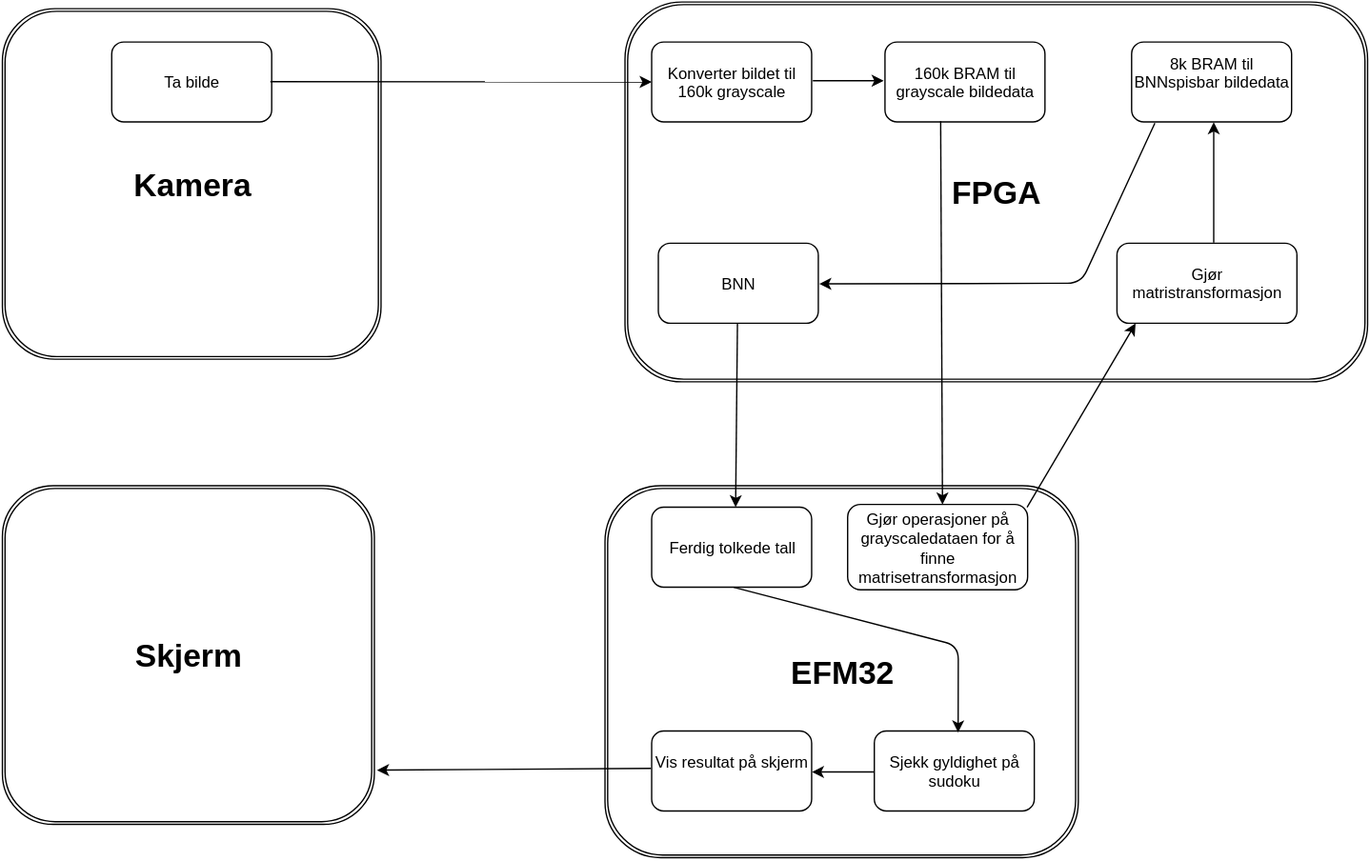
This is documents/documentation/image_lifetime.svg from ludvigsj/dmpro16, a draw.io export, as it was before one commit. Source tidied: cells renumbered, new cells last; positions are measured from the earlier drawing's top-left corner, leaving out a move shared by most shapes. Its diagram source:
```xml
<mxGraphModel>
  <root>
    <mxCell id="0" style="html=1;" />
    <mxCell id="1" style="html=1;" parent="0" />
    <mxCell id="2" value="&lt;b&gt;&lt;font style=&quot;font-size: 24px&quot;&gt;Kamera&lt;/font&gt;&lt;/b&gt;" style="shape=ext;double=1;rounded=1;whiteSpace=wrap;html=1;" parent="1" vertex="1">
      <mxGeometry y="5" width="284" height="263" as="geometry" />
    </mxCell>
    <mxCell id="3" value="Ta bilde" style="rounded=1;whiteSpace=wrap;html=1;" parent="1" vertex="1">
      <mxGeometry x="82" y="30" width="120" height="60" as="geometry" />
    </mxCell>
    <mxCell id="4" value="&lt;b&gt;&lt;font style=&quot;font-size: 24px&quot;&gt;FPGA&lt;/font&gt;&lt;/b&gt;" style="shape=ext;double=1;rounded=1;whiteSpace=wrap;html=1;" parent="1" vertex="1">
      <mxGeometry x="467" width="557" height="285" as="geometry" />
    </mxCell>
    <mxCell id="5" value="Konverter bildet til 160k grayscale" style="rounded=1;whiteSpace=wrap;html=1;" parent="1" vertex="1">
      <mxGeometry x="487" y="30" width="120" height="60" as="geometry" />
    </mxCell>
    <mxCell id="6" value="160k BRAM til grayscale bildedata" style="rounded=1;whiteSpace=wrap;html=1;" parent="1" vertex="1">
      <mxGeometry x="662" y="30" width="120" height="60" as="geometry" />
    </mxCell>
    <mxCell id="7" value="&lt;b&gt;&lt;font style=&quot;font-size: 24px&quot;&gt;EFM32&lt;/font&gt;&lt;/b&gt;" style="shape=ext;double=1;rounded=1;whiteSpace=wrap;html=1;" parent="1" vertex="1">
      <mxGeometry x="452" y="363" width="355" height="279" as="geometry" />
    </mxCell>
    <mxCell id="8" value="Gjør operasjoner på grayscaledataen for å finne matrisetransformasjon" style="rounded=1;whiteSpace=wrap;html=1;" parent="1" vertex="1">
      <mxGeometry x="634" y="377" width="135" height="64" as="geometry" />
    </mxCell>
    <mxCell id="9" value="Gjør matristransformasjon" style="rounded=1;whiteSpace=wrap;html=1;" parent="1" vertex="1">
      <mxGeometry x="836" y="181" width="135" height="60" as="geometry" />
    </mxCell>
    <mxCell id="10" value="8k BRAM til BNNspisbar bildedata" style="rounded=1;whiteSpace=wrap;html=1;" parent="1" vertex="1">
      <mxGeometry x="847" y="30" width="120" height="60" as="geometry" />
    </mxCell>
    <mxCell id="11" value="BNN" style="rounded=1;whiteSpace=wrap;html=1;" parent="1" vertex="1">
      <mxGeometry x="492" y="181" width="120" height="60" as="geometry" />
    </mxCell>
    <mxCell id="12" value="Ferdig tolkede tall" style="rounded=1;whiteSpace=wrap;html=1;" parent="1" vertex="1">
      <mxGeometry x="487" y="379" width="120" height="60" as="geometry" />
    </mxCell>
    <mxCell id="13" value="Sjekk gyldighet på sudoku" style="rounded=1;whiteSpace=wrap;html=1;" parent="1" vertex="1">
      <mxGeometry x="654" y="547" width="120" height="60" as="geometry" />
    </mxCell>
    <mxCell id="14" value="Vis resultat på skjerm" style="rounded=1;whiteSpace=wrap;html=1;" parent="1" vertex="1">
      <mxGeometry x="487" y="547" width="120" height="60" as="geometry" />
    </mxCell>
    <mxCell id="15" value="&lt;b&gt;&lt;font style=&quot;font-size: 24px&quot;&gt;Skjerm&lt;/font&gt;&lt;/b&gt;" style="shape=ext;double=1;rounded=1;whiteSpace=wrap;html=1;" parent="1" vertex="1">
      <mxGeometry y="363" width="279" height="254" as="geometry" />
    </mxCell>
    <mxCell id="16" style="endArrow=classic;html=1;exitX=0.99;exitY=0.495;exitPerimeter=0;" parent="1" edge="1" source="3" target="5">
      <mxGeometry relative="1" as="geometry" />
    </mxCell>
    <mxCell id="17" style="endArrow=classic;html=1;entryX=-0.006;entryY=0.481;entryPerimeter=0;exitX=1.01;exitY=0.481;exitPerimeter=0;" parent="1" edge="1" source="5" target="6">
      <mxGeometry relative="1" as="geometry" />
    </mxCell>
    <mxCell id="18" style="endArrow=classic;html=1;exitX=0.995;exitY=0.038;exitPerimeter=0;entryX=0.103;entryY=1.002;entryPerimeter=0;" parent="1" edge="1" source="8" target="9">
      <mxGeometry relative="1" as="geometry" />
    </mxCell>
    <mxCell id="19" style="endArrow=classic;html=1;entryX=0.528;entryY=0.002;entryPerimeter=0;exitX=0.346;exitY=0.995;exitPerimeter=0;" parent="1" edge="1" source="6" target="8">
      <mxGeometry relative="1" as="geometry" />
    </mxCell>
    <mxCell id="20" style="endArrow=classic;html=1;entryX=1.006;entryY=0.507;entryPerimeter=0;exitX=0.148;exitY=1.014;exitPerimeter=0;" parent="1" edge="1" source="10" target="11">
      <mxGeometry relative="1" as="geometry">
        <Array as="points">
          <mxPoint x="809" y="211" />
        </Array>
      </mxGeometry>
    </mxCell>
    <mxCell id="21" style="endArrow=classic;html=1;entryX=0.524;entryY=-0.002;entryPerimeter=0;exitX=0.496;exitY=1.002;exitPerimeter=0;" parent="1" edge="1" source="11" target="12">
      <mxGeometry relative="1" as="geometry" />
    </mxCell>
    <mxCell id="22" style="endArrow=classic;html=1;entryX=0.525;entryY=0.017;entryPerimeter=0;exitX=0.514;exitY=0.998;exitPerimeter=0;" parent="1" edge="1" source="12" target="13">
      <mxGeometry relative="1" as="geometry">
        <Array as="points">
          <mxPoint x="717" y="483" />
        </Array>
      </mxGeometry>
    </mxCell>
    <mxCell id="23" style="endArrow=classic;html=1;exitX=-0.005;exitY=0.464;exitPerimeter=0;entryX=1.006;entryY=0.841;entryPerimeter=0;" parent="1" edge="1" source="14" target="15">
      <mxGeometry relative="1" as="geometry" />
    </mxCell>
    <mxCell id="24" style="endArrow=classic;html=1;entryX=0.514;entryY=1.005;entryPerimeter=0;exitX=0.539;exitY=-0.007;exitPerimeter=0;" parent="1" edge="1" source="9" target="10">
      <mxGeometry relative="1" as="geometry" />
    </mxCell>
    <mxCell id="25" style="endArrow=classic;html=1;entryX=1.002;entryY=0.514;entryPerimeter=0;exitX=0.001;exitY=0.514;exitPerimeter=0;" parent="1" edge="1" source="13" target="14">
      <mxGeometry relative="1" as="geometry" />
    </mxCell>
  </root>
</mxGraphModel>
```
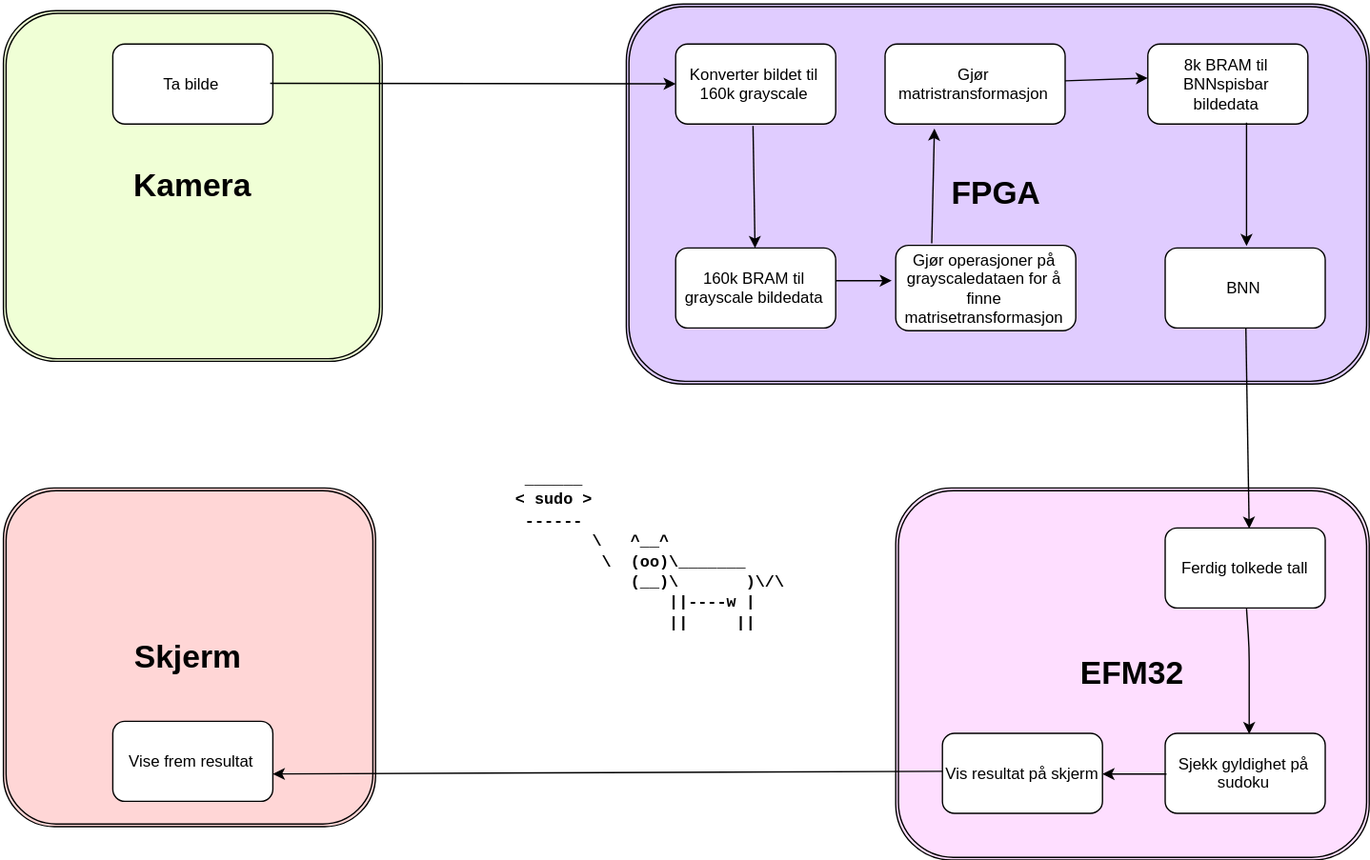
Above is the later version.

Diff of the diagram source:
```diff
@@ -2,85 +2,89 @@
   <root>
     <mxCell id="0" style="html=1;" />
     <mxCell id="1" style="html=1;" parent="0" />
-    <mxCell id="2" value="&lt;b&gt;&lt;font style=&quot;font-size: 24px&quot;&gt;Kamera&lt;/font&gt;&lt;/b&gt;" style="shape=ext;double=1;rounded=1;whiteSpace=wrap;html=1;" parent="1" vertex="1">
+    <mxCell id="2" value="&lt;b&gt;&lt;font style=&quot;font-size: 24px&quot;&gt;Kamera&lt;/font&gt;&lt;/b&gt;" style="shape=ext;double=1;rounded=1;whiteSpace=wrap;html=1;fillColor=#F0FFD6;" parent="1" vertex="1">
       <mxGeometry y="5" width="284" height="263" as="geometry" />
     </mxCell>
     <mxCell id="3" value="Ta bilde" style="rounded=1;whiteSpace=wrap;html=1;" parent="1" vertex="1">
       <mxGeometry x="82" y="30" width="120" height="60" as="geometry" />
     </mxCell>
-    <mxCell id="4" value="&lt;b&gt;&lt;font style=&quot;font-size: 24px&quot;&gt;FPGA&lt;/font&gt;&lt;/b&gt;" style="shape=ext;double=1;rounded=1;whiteSpace=wrap;html=1;" parent="1" vertex="1">
+    <mxCell id="4" value="&lt;b&gt;&lt;font style=&quot;font-size: 24px&quot;&gt;FPGA&lt;/font&gt;&lt;/b&gt;" style="shape=ext;double=1;rounded=1;whiteSpace=wrap;html=1;fillColor=#E0CCFF;" parent="1" vertex="1">
       <mxGeometry x="467" width="557" height="285" as="geometry" />
     </mxCell>
     <mxCell id="5" value="Konverter bildet til 160k grayscale" style="rounded=1;whiteSpace=wrap;html=1;" parent="1" vertex="1">
-      <mxGeometry x="487" y="30" width="120" height="60" as="geometry" />
+      <mxGeometry x="504" y="30" width="120" height="60" as="geometry" />
     </mxCell>
     <mxCell id="6" value="160k BRAM til grayscale bildedata" style="rounded=1;whiteSpace=wrap;html=1;" parent="1" vertex="1">
-      <mxGeometry x="662" y="30" width="120" height="60" as="geometry" />
+      <mxGeometry x="504" y="183" width="120" height="60" as="geometry" />
     </mxCell>
-    <mxCell id="7" value="&lt;b&gt;&lt;font style=&quot;font-size: 24px&quot;&gt;EFM32&lt;/font&gt;&lt;/b&gt;" style="shape=ext;double=1;rounded=1;whiteSpace=wrap;html=1;" parent="1" vertex="1">
-      <mxGeometry x="452" y="363" width="355" height="279" as="geometry" />
+    <mxCell id="7" value="&lt;b&gt;&lt;font style=&quot;font-size: 24px&quot;&gt;EFM32&lt;/font&gt;&lt;/b&gt;" style="shape=ext;double=1;rounded=1;whiteSpace=wrap;html=1;fillColor=#FEDEFF;" parent="1" vertex="1">
+      <mxGeometry x="669" y="363" width="355" height="279" as="geometry" />
     </mxCell>
     <mxCell id="8" value="Gjør operasjoner på grayscaledataen for å finne matrisetransformasjon" style="rounded=1;whiteSpace=wrap;html=1;" parent="1" vertex="1">
-      <mxGeometry x="634" y="377" width="135" height="64" as="geometry" />
+      <mxGeometry x="669" y="181" width="135" height="64" as="geometry" />
     </mxCell>
     <mxCell id="9" value="Gjør matristransformasjon" style="rounded=1;whiteSpace=wrap;html=1;" parent="1" vertex="1">
-      <mxGeometry x="836" y="181" width="135" height="60" as="geometry" />
+      <mxGeometry x="661" y="30" width="135" height="60" as="geometry" />
     </mxCell>
     <mxCell id="10" value="8k BRAM til BNNspisbar bildedata" style="rounded=1;whiteSpace=wrap;html=1;" parent="1" vertex="1">
-      <mxGeometry x="847" y="30" width="120" height="60" as="geometry" />
+      <mxGeometry x="858" y="30" width="120" height="60" as="geometry" />
     </mxCell>
     <mxCell id="11" value="BNN" style="rounded=1;whiteSpace=wrap;html=1;" parent="1" vertex="1">
-      <mxGeometry x="492" y="181" width="120" height="60" as="geometry" />
+      <mxGeometry x="871" y="183" width="120" height="60" as="geometry" />
     </mxCell>
     <mxCell id="12" value="Ferdig tolkede tall" style="rounded=1;whiteSpace=wrap;html=1;" parent="1" vertex="1">
-      <mxGeometry x="487" y="379" width="120" height="60" as="geometry" />
+      <mxGeometry x="871" y="393" width="120" height="60" as="geometry" />
     </mxCell>
     <mxCell id="13" value="Sjekk gyldighet på sudoku" style="rounded=1;whiteSpace=wrap;html=1;" parent="1" vertex="1">
-      <mxGeometry x="654" y="547" width="120" height="60" as="geometry" />
+      <mxGeometry x="871" y="547" width="120" height="60" as="geometry" />
     </mxCell>
     <mxCell id="14" value="Vis resultat på skjerm" style="rounded=1;whiteSpace=wrap;html=1;" parent="1" vertex="1">
-      <mxGeometry x="487" y="547" width="120" height="60" as="geometry" />
+      <mxGeometry x="704" y="547" width="120" height="60" as="geometry" />
     </mxCell>
-    <mxCell id="15" value="&lt;b&gt;&lt;font style=&quot;font-size: 24px&quot;&gt;Skjerm&lt;/font&gt;&lt;/b&gt;" style="shape=ext;double=1;rounded=1;whiteSpace=wrap;html=1;" parent="1" vertex="1">
+    <mxCell id="15" value="&lt;b&gt;&lt;font style=&quot;font-size: 24px&quot;&gt;Skjerm&lt;/font&gt;&lt;/b&gt;" style="shape=ext;double=1;rounded=1;whiteSpace=wrap;html=1;fillColor=#FFD6D6;" parent="1" vertex="1">
       <mxGeometry y="363" width="279" height="254" as="geometry" />
     </mxCell>
     <mxCell id="16" style="endArrow=classic;html=1;exitX=0.99;exitY=0.495;exitPerimeter=0;" parent="1" edge="1" source="3" target="5">
       <mxGeometry relative="1" as="geometry" />
     </mxCell>
-    <mxCell id="17" style="endArrow=classic;html=1;entryX=-0.006;entryY=0.481;entryPerimeter=0;exitX=1.01;exitY=0.481;exitPerimeter=0;" parent="1" edge="1" source="5" target="6">
+    <mxCell id="17" style="endArrow=classic;html=1;exitX=0.483;exitY=1.033;exitPerimeter=0;" parent="1" edge="1" source="5" target="6">
       <mxGeometry relative="1" as="geometry" />
     </mxCell>
-    <mxCell id="18" style="endArrow=classic;html=1;exitX=0.995;exitY=0.038;exitPerimeter=0;entryX=0.103;entryY=1.002;entryPerimeter=0;" parent="1" edge="1" source="8" target="9">
+    <mxCell id="18" style="endArrow=classic;html=1;exitX=0.207;exitY=-0.016;exitPerimeter=0;entryX=0.267;entryY=1.067;entryPerimeter=0;" parent="1" edge="1" source="8" target="9">
       <mxGeometry relative="1" as="geometry" />
     </mxCell>
-    <mxCell id="19" style="endArrow=classic;html=1;entryX=0.528;entryY=0.002;entryPerimeter=0;exitX=0.346;exitY=0.995;exitPerimeter=0;" parent="1" edge="1" source="6" target="8">
+    <mxCell id="19" style="endArrow=classic;html=1;entryX=-0.015;entryY=0.422;entryPerimeter=0;exitX=1;exitY=0.417;exitPerimeter=0;" parent="1" edge="1" source="6" target="8">
       <mxGeometry relative="1" as="geometry" />
     </mxCell>
-    <mxCell id="20" style="endArrow=classic;html=1;entryX=1.006;entryY=0.507;entryPerimeter=0;exitX=0.148;exitY=1.014;exitPerimeter=0;" parent="1" edge="1" source="10" target="11">
-      <mxGeometry relative="1" as="geometry">
-        <Array as="points">
-          <mxPoint x="809" y="211" />
-        </Array>
-      </mxGeometry>
-    </mxCell>
-    <mxCell id="21" style="endArrow=classic;html=1;entryX=0.524;entryY=-0.002;entryPerimeter=0;exitX=0.496;exitY=1.002;exitPerimeter=0;" parent="1" edge="1" source="11" target="12">
+    <mxCell id="21" style="endArrow=classic;html=1;entryX=0.524;entryY=-0.002;entryPerimeter=0;" parent="1" edge="1" source="11" target="12">
       <mxGeometry relative="1" as="geometry" />
     </mxCell>
     <mxCell id="22" style="endArrow=classic;html=1;entryX=0.525;entryY=0.017;entryPerimeter=0;exitX=0.514;exitY=0.998;exitPerimeter=0;" parent="1" edge="1" source="12" target="13">
       <mxGeometry relative="1" as="geometry">
         <Array as="points">
-          <mxPoint x="717" y="483" />
+          <mxPoint x="934" y="483" />
         </Array>
       </mxGeometry>
     </mxCell>
-    <mxCell id="23" style="endArrow=classic;html=1;exitX=-0.005;exitY=0.464;exitPerimeter=0;entryX=1.006;entryY=0.841;entryPerimeter=0;" parent="1" edge="1" source="14" target="15">
+    <mxCell id="23" style="endArrow=classic;html=1;exitX=-0.005;exitY=0.464;exitPerimeter=0;entryX=0.992;entryY=0.667;entryPerimeter=0;" parent="1" edge="1" source="14" target="27">
       <mxGeometry relative="1" as="geometry" />
     </mxCell>
-    <mxCell id="24" style="endArrow=classic;html=1;entryX=0.514;entryY=1.005;entryPerimeter=0;exitX=0.539;exitY=-0.007;exitPerimeter=0;" parent="1" edge="1" source="9" target="10">
+    <mxCell id="24" style="endArrow=classic;html=1;entryX=0;entryY=0.433;entryPerimeter=0;" parent="1" edge="1" source="9" target="10">
       <mxGeometry relative="1" as="geometry" />
     </mxCell>
     <mxCell id="25" style="endArrow=classic;html=1;entryX=1.002;entryY=0.514;entryPerimeter=0;exitX=0.001;exitY=0.514;exitPerimeter=0;" parent="1" edge="1" source="13" target="14">
       <mxGeometry relative="1" as="geometry" />
     </mxCell>
+    <mxCell id="26" style="endArrow=classic;html=1;entryX=0.508;entryY=-0.033;entryPerimeter=0;" parent="1" edge="1" target="11">
+      <mxGeometry x="713" y="95" as="geometry">
+        <mxPoint x="932" y="89" as="sourcePoint" />
+      </mxGeometry>
+    </mxCell>
+    <mxCell id="27" value="Vise frem resultat" style="rounded=1;whiteSpace=wrap;html=1;" parent="1" vertex="1">
+      <mxGeometry x="82" y="538" width="120" height="60" as="geometry" />
+    </mxCell>
+    <mxCell id="28" value="&lt;pre&gt;&lt;div style=&quot;text-align: left&quot;&gt;&lt;b style=&quot;font-family: &amp;#34;helvetica&amp;#34; ; line-height: 1.2 ; white-space: normal&quot;&gt;&lt;font face=&quot;Courier New&quot;&gt;&amp;nbsp;______&lt;/font&gt;&lt;/b&gt;&lt;/div&gt;&lt;b&gt;&lt;div style=&quot;text-align: left&quot;&gt;&lt;b style=&quot;font-family: &amp;#34;helvetica&amp;#34; ; line-height: 1.2 ; white-space: normal&quot;&gt;&lt;font face=&quot;Courier New&quot;&gt;&amp;lt; sudo &amp;gt;&lt;/font&gt;&lt;/b&gt;&lt;/div&gt;&lt;font face=&quot;Courier New&quot;&gt;&lt;div style=&quot;text-align: left&quot;&gt;&lt;b style=&quot;font-family: &amp;#34;helvetica&amp;#34; ; line-height: 1.2 ; white-space: normal&quot;&gt;&lt;font face=&quot;Courier New&quot;&gt;&amp;nbsp;------&lt;/font&gt;&lt;/b&gt;&lt;/div&gt;&lt;/font&gt;&lt;font face=&quot;Courier New&quot;&gt;&lt;div style=&quot;text-align: left&quot;&gt;&lt;b style=&quot;font-family: &amp;#34;helvetica&amp;#34; ; line-height: 1.2 ; white-space: normal&quot;&gt;&lt;font face=&quot;Courier New&quot;&gt;&amp;nbsp; &amp;nbsp; &amp;nbsp; &amp;nbsp; \ &amp;nbsp; ^__^&lt;/font&gt;&lt;/b&gt;&lt;/div&gt;&lt;/font&gt;&lt;font face=&quot;Courier New&quot;&gt;&lt;div style=&quot;text-align: left&quot;&gt;&lt;b style=&quot;font-family: &amp;#34;helvetica&amp;#34; ; line-height: 1.2 ; white-space: normal&quot;&gt;&lt;font face=&quot;Courier New&quot;&gt;&amp;nbsp; &amp;nbsp; &amp;nbsp; &amp;nbsp; &amp;nbsp;\ &amp;nbsp;(oo)\_______&lt;/font&gt;&lt;/b&gt;&lt;/div&gt;&lt;/font&gt;&lt;font face=&quot;Courier New&quot;&gt;&lt;div style=&quot;text-align: left&quot;&gt;&lt;b style=&quot;font-family: &amp;#34;helvetica&amp;#34; ; line-height: 1.2 ; white-space: normal&quot;&gt;&lt;font face=&quot;Courier New&quot;&gt;&amp;nbsp; &amp;nbsp; &amp;nbsp; &amp;nbsp; &amp;nbsp; &amp;nbsp; (__)\ &amp;nbsp; &amp;nbsp; &amp;nbsp; )\/\&lt;/font&gt;&lt;/b&gt;&lt;/div&gt;&lt;/font&gt;&lt;font face=&quot;Courier New&quot;&gt;&lt;div style=&quot;text-align: left&quot;&gt;&lt;b style=&quot;font-family: &amp;#34;helvetica&amp;#34; ; line-height: 1.2 ; white-space: normal&quot;&gt;&lt;font face=&quot;Courier New&quot;&gt;&amp;nbsp; &amp;nbsp; &amp;nbsp; &amp;nbsp; &amp;nbsp; &amp;nbsp; &amp;nbsp; &amp;nbsp; ||----w |&lt;/font&gt;&lt;/b&gt;&lt;/div&gt;&lt;/font&gt;&lt;font face=&quot;Courier New&quot;&gt;&lt;div style=&quot;text-align: left&quot;&gt;&lt;b style=&quot;font-family: &amp;#34;helvetica&amp;#34; ; line-height: 1.2 ; white-space: normal&quot;&gt;&lt;font face=&quot;Courier New&quot;&gt;&amp;nbsp; &amp;nbsp; &amp;nbsp; &amp;nbsp; &amp;nbsp; &amp;nbsp; &amp;nbsp; &amp;nbsp; || &amp;nbsp; &amp;nbsp; ||&lt;/font&gt;&lt;/b&gt;&lt;/div&gt;&lt;/font&gt;&lt;/b&gt;&lt;/pre&gt;" style="text;html=1;strokeColor=none;fillColor=none;align=center;verticalAlign=middle;whiteSpace=wrap;" parent="1" vertex="1">
+      <mxGeometry x="367" y="325" width="236" height="167" as="geometry" />
+    </mxCell>
   </root>
 </mxGraphModel>
```
